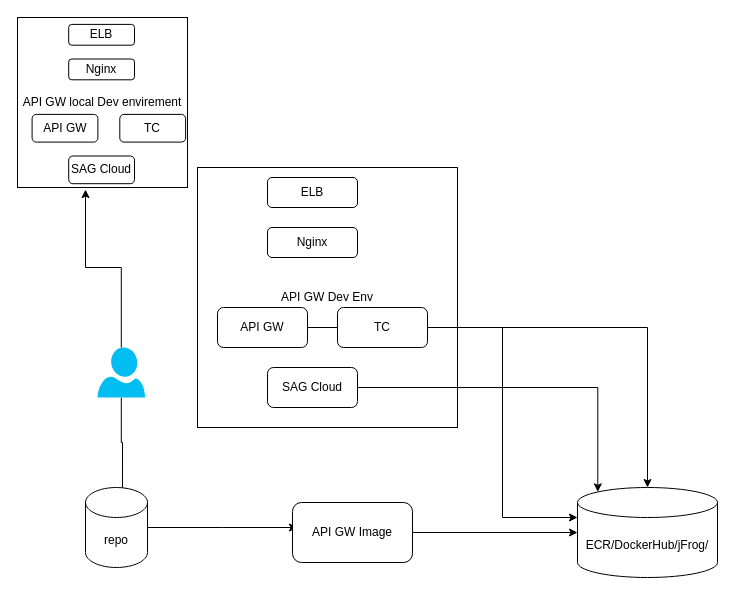
This is Untitled Diagram.drawio from vkothamasu/multi-docker, a draw.io file, before an edit. Source tidied: cells renumbered, new cells numbered last; positions are measured from the earlier drawing's top-left corner, leaving out a move shared by most shapes. Both pictures are drawn from the tidied source at 100%, with x=0, y=0 at pixel (17, 17).
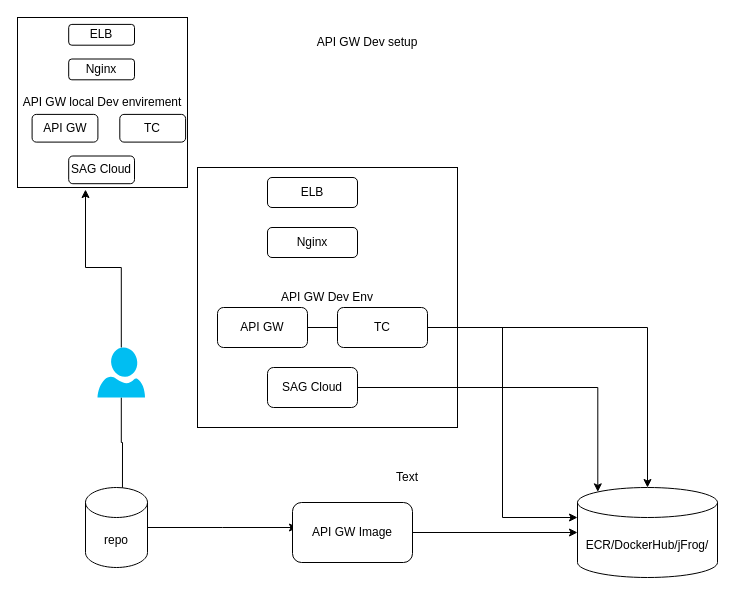
The same page after the edit.

Commit message:
APIGW AWS Dev

Diff of the diagram source:
```diff
@@
+    <mxCell id="26" value="Text" style="text;html=1;strokeColor=none;fillColor=none;align=center;verticalAlign=middle;whiteSpace=wrap;rounded=0;" parent="1" vertex="1">
+      <mxGeometry x="370" y="450" width="40" height="20" as="geometry" />
+    </mxCell>
+    <mxCell id="27" value="API GW Dev setup" style="text;html=1;strokeColor=none;fillColor=none;align=center;verticalAlign=middle;whiteSpace=wrap;rounded=0;" parent="1" vertex="1">
+      <mxGeometry x="210" y="10" width="280" height="30" as="geometry" />
+    </mxCell>
```
